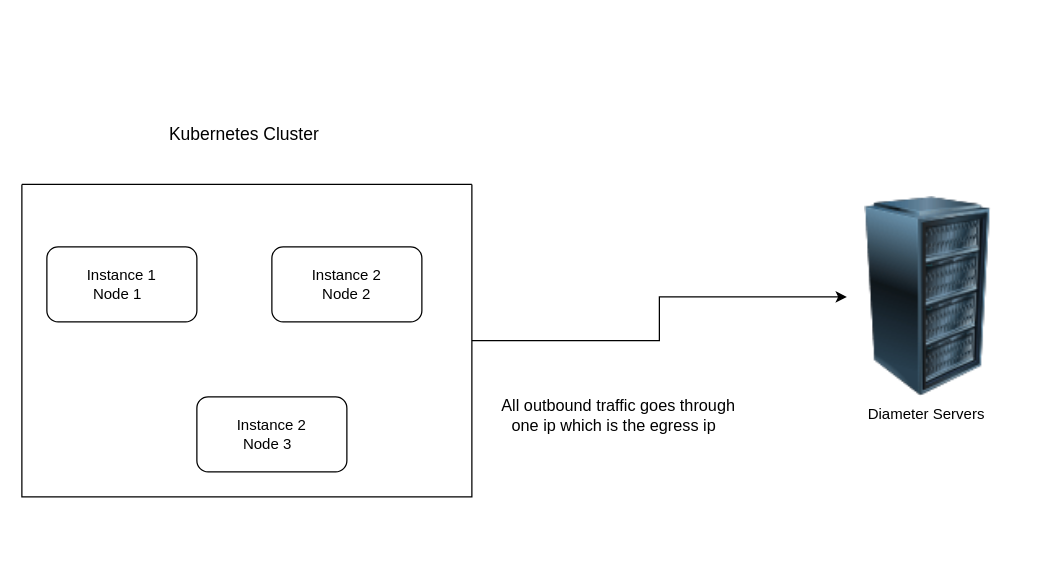
This is page "k8s cluster deployments" (2 of 2) of MTN-Architectures.drawio from tyger-rareatom/consulting-architectures, a draw.io file, before an edit. Source tidied: cells renumbered, new cells numbered last; positions are measured from the earlier drawing's top-left corner, leaving out a move shared by most shapes. Both pictures are drawn from the tidied source at 125%, with x=0, y=0 at pixel (21, 121).
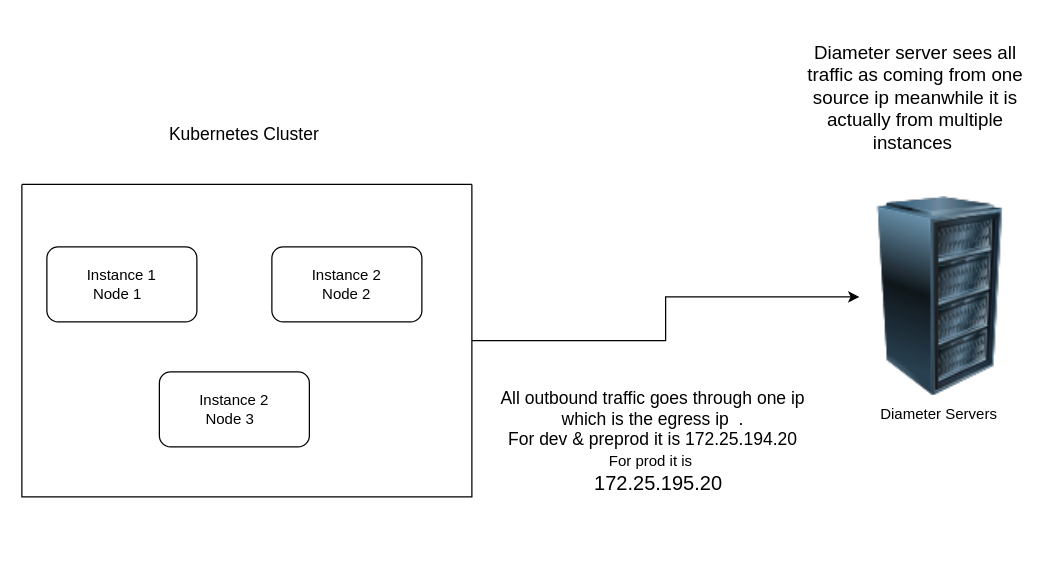
Above is the later version.

Change to the diagram source:
```diff
@@
 <mxGraphModel>
   <root>
     <mxCell id="0" />
     <mxCell id="1" parent="0" />
     <mxCell id="2" style="edgeStyle=orthogonalEdgeStyle;rounded=0;jettySize=auto;html=1;" parent="1" edge="1" source="3" target="8">
       <mxGeometry relative="1" as="geometry" />
     </mxCell>
     <mxCell id="3" style="swimlane;startSize=0;" parent="1" vertex="1">
       <mxGeometry y="50" width="360" height="250" as="geometry" />
     </mxCell>
     <mxCell id="4" value="Instance 1&lt;br&gt;Node 1&amp;nbsp;&amp;nbsp;" style="rounded=1;whiteSpace=wrap;html=1;" parent="3" vertex="1">
       <mxGeometry x="20" y="50" width="120" height="60" as="geometry" />
     </mxCell>
     <mxCell id="5" value="Instance 2&lt;br&gt;Node 2" style="rounded=1;whiteSpace=wrap;html=1;" parent="3" vertex="1">
       <mxGeometry x="200" y="50" width="120" height="60" as="geometry" />
     </mxCell>
     <mxCell id="6" value="Instance 2&lt;br&gt;Node 3&amp;nbsp;&amp;nbsp;" style="rounded=1;whiteSpace=wrap;html=1;" parent="3" vertex="1">
-      <mxGeometry x="140" y="170" width="120" height="60" as="geometry" />
+      <mxGeometry x="110" y="150" width="120" height="60" as="geometry" />
     </mxCell>
     <mxCell id="7" value="&lt;font style=&quot;font-size: 14px&quot;&gt;Kubernetes Cluster&amp;nbsp;&lt;/font&gt;" style="text;html=1;strokeColor=none;fillColor=none;align=center;verticalAlign=middle;whiteSpace=wrap;rounded=0;" parent="1" vertex="1">
       <mxGeometry x="80" width="200" height="20" as="geometry" />
     </mxCell>
     <mxCell id="8" value="Diameter Servers&amp;nbsp;" style="image;html=1;image=img/lib/clip_art/computers/Server_Rack_128x128.png;" parent="1" vertex="1">
-      <mxGeometry x="660" y="60" width="130" height="160" as="geometry" />
+      <mxGeometry x="670" y="60" width="130" height="160" as="geometry" />
     </mxCell>
-    <mxCell id="9" value="All outbound traffic goes through one ip which is the egress ip&amp;nbsp;&amp;nbsp;" style="text;html=1;strokeColor=none;fillColor=none;align=center;verticalAlign=middle;whiteSpace=wrap;rounded=0;fontSize=13;" parent="1" vertex="1">
-      <mxGeometry x="380" y="190" width="195" height="90" as="geometry" />
+    <mxCell id="9" value="All outbound traffic goes through one ip which is the egress ip&amp;nbsp; .&lt;br&gt;For dev &amp;amp; preprod it is&amp;nbsp;&lt;font style=&quot;font-size: 14px&quot;&gt;172.25.194.20&lt;/font&gt;&lt;br&gt;&lt;font style=&quot;font-size: 12px&quot;&gt;For prod it is&amp;nbsp;&lt;br&gt;&lt;/font&gt;&lt;p style=&quot;margin: 0px&quot;&gt;&lt;font size=&quot;3&quot;&gt;&amp;nbsp; 172.25.195.20&lt;/font&gt;&lt;/p&gt;&lt;span style=&quot;font-size: medium&quot;&gt;&lt;br&gt;&lt;/span&gt;" style="text;html=1;strokeColor=none;fillColor=none;align=center;verticalAlign=middle;whiteSpace=wrap;rounded=0;fontSize=14;" parent="1" vertex="1">
+      <mxGeometry x="380" y="190" width="250" height="150" as="geometry" />
     </mxCell>
+    <mxCell id="10" value="Diameter server sees all traffic as coming from one source ip meanwhile it is actually from multiple instances&amp;nbsp;" style="text;html=1;strokeColor=none;fillColor=none;align=center;verticalAlign=middle;whiteSpace=wrap;rounded=0;fontSize=15;" parent="1" vertex="1">
+      <mxGeometry x="620" y="-80" width="190" height="120" as="geometry" />
+    </mxCell>
   </root>
 </mxGraphModel>
```
